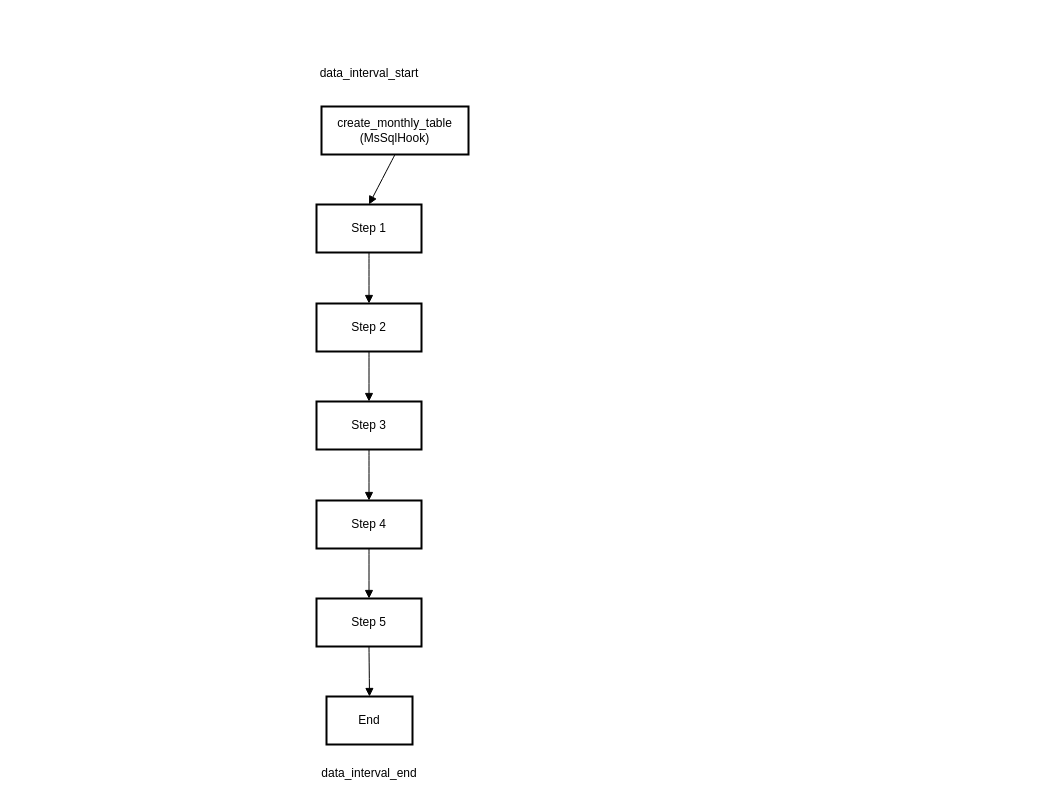
This is DAG.drawio from Max210903/apache_airflow, a draw.io file, before an edit. Source tidied: cells renumbered, new cells numbered last; positions are measured from the earlier drawing's top-left corner, leaving out a move shared by most shapes. Both pictures are drawn from the tidied source at 100%, with x=0, y=0 at pixel (316, 58).
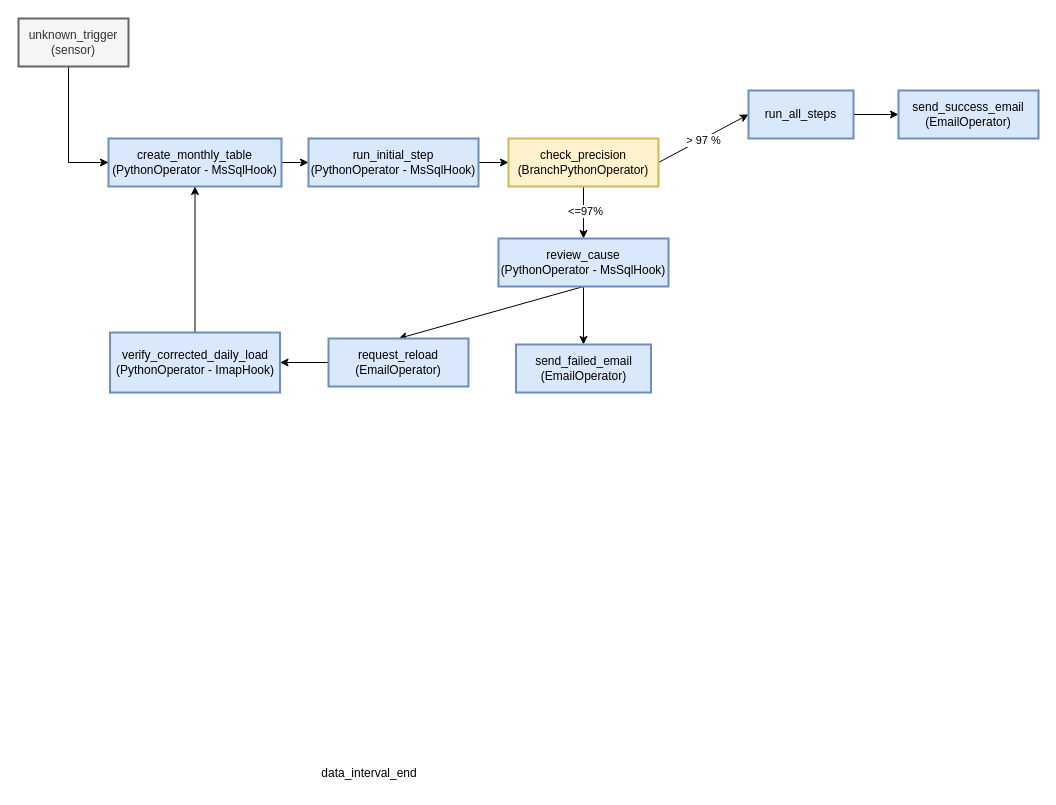
After the change.

Commit message:
DAG BRDRO Merchant Report.drawio

What changed in the source:
```diff
@@
+    <mxCell id="9" style="edgeStyle=orthogonalEdgeStyle;rounded=0;jettySize=auto;html=1;entryX=0;entryY=0.5;entryDx=0;entryDy=0;" parent="1" edge="1" source="2" target="3">
+      <mxGeometry relative="1" as="geometry" />
+    </mxCell>
-    <mxCell id="2" value="create_monthly_table&#10;(MsSqlHook)" style="whiteSpace=wrap;strokeWidth=2;fontStyle=0;" parent="1" vertex="1">
-      <mxGeometry x="5" y="48" width="147" height="48" as="geometry" />
+    <mxCell id="2" value="create_monthly_table&#10;(PythonOperator - MsSqlHook)" style="whiteSpace=wrap;strokeWidth=2;fontStyle=0;fillColor=#dae8fc;strokeColor=#6c8ebf;" parent="1" vertex="1">
+      <mxGeometry x="-208" y="80" width="173" height="48" as="geometry" />
     </mxCell>
+    <mxCell id="10" style="edgeStyle=orthogonalEdgeStyle;rounded=0;jettySize=auto;html=1;entryX=0;entryY=0.5;entryDx=0;entryDy=0;" parent="1" edge="1" source="3" target="4">
+      <mxGeometry relative="1" as="geometry" />
+    </mxCell>
-    <mxCell id="3" value="Step 1" style="whiteSpace=wrap;strokeWidth=2;" parent="1" vertex="1">
-      <mxGeometry y="146" width="105" height="48" as="geometry" />
+    <mxCell id="3" value="run_initial_step&#10;(PythonOperator - MsSqlHook)" style="whiteSpace=wrap;strokeWidth=2;fillColor=#dae8fc;strokeColor=#6c8ebf;" parent="1" vertex="1">
+      <mxGeometry x="-8" y="80" width="170" height="48" as="geometry" />
     </mxCell>
+    <mxCell id="11" style="rounded=0;jettySize=auto;html=1;entryX=0;entryY=0.5;entryDx=0;entryDy=0;exitX=1;exitY=0.5;exitDx=0;exitDy=0;" parent="1" edge="1" source="4" target="5">
+      <mxGeometry relative="1" as="geometry" />
+    </mxCell>
+    <mxCell id="17" value="&amp;gt; 97 %" style="edgeLabel;html=1;align=center;verticalAlign=middle;" parent="11" vertex="1">
+      <mxGeometry x="-0.02" y="-1" relative="1" as="geometry" />
+    </mxCell>
+    <mxCell id="18" style="rounded=0;jettySize=auto;html=1;exitX=0.5;exitY=1;exitDx=0;exitDy=0;entryX=0.5;entryY=0;entryDx=0;entryDy=0;" parent="1" edge="1" source="4" target="25">
+      <mxGeometry relative="1" as="geometry" />
+    </mxCell>
+    <mxCell id="19" value="&amp;lt;=97%" style="edgeLabel;html=1;align=center;verticalAlign=middle;" parent="18" vertex="1">
+      <mxGeometry x="-0.07" relative="1" as="geometry">
+        <mxPoint x="1" as="offset" />
+      </mxGeometry>
+    </mxCell>
-    <mxCell id="4" value="Step 2" style="whiteSpace=wrap;strokeWidth=2;" parent="1" vertex="1">
-      <mxGeometry y="245" width="105" height="48" as="geometry" />
+    <mxCell id="4" value="check_precision&#10;(BranchPythonOperator)" style="whiteSpace=wrap;strokeWidth=2;fillColor=#fff2cc;strokeColor=#d6b656;" parent="1" vertex="1">
+      <mxGeometry x="192" y="80" width="150" height="48" as="geometry" />
     </mxCell>
+    <mxCell id="20" style="edgeStyle=orthogonalEdgeStyle;rounded=0;jettySize=auto;html=1;" parent="1" edge="1" source="5" target="26">
+      <mxGeometry relative="1" as="geometry" />
+    </mxCell>
-    <mxCell id="5" value="Step 3" style="whiteSpace=wrap;strokeWidth=2;" parent="1" vertex="1">
-      <mxGeometry y="343" width="105" height="48" as="geometry" />
+    <mxCell id="5" value="run_all_steps" style="whiteSpace=wrap;strokeWidth=2;fillColor=#dae8fc;strokeColor=#6c8ebf;" parent="1" vertex="1">
+      <mxGeometry x="432" y="32" width="105" height="48" as="geometry" />
     </mxCell>
-    <mxCell id="6" value="Step 4" style="whiteSpace=wrap;strokeWidth=2;" parent="1" vertex="1">
-      <mxGeometry y="442" width="105" height="48" as="geometry" />
-    </mxCell>
-    <mxCell id="7" value="Step 5" style="whiteSpace=wrap;strokeWidth=2;" parent="1" vertex="1">
-      <mxGeometry y="540" width="105" height="48" as="geometry" />
-    </mxCell>
-    <mxCell id="8" value="End" style="whiteSpace=wrap;strokeWidth=2;" parent="1" vertex="1">
-      <mxGeometry x="10" y="638" width="86" height="48" as="geometry" />
-    </mxCell>
-    <mxCell id="9" style="curved=1;startArrow=none;endArrow=block;exitX=0.5;exitY=1.01;entryX=0.5;entryY=0.01;" parent="1" edge="1" source="2" target="3">
-      <mxGeometry relative="1" as="geometry" />
-    </mxCell>
-    <mxCell id="10" style="curved=1;startArrow=none;endArrow=block;exitX=0.5;exitY=1.02;entryX=0.5;entryY=0;" parent="1" edge="1" source="3" target="4">
-      <mxGeometry relative="1" as="geometry" />
-    </mxCell>
-    <mxCell id="11" style="curved=1;startArrow=none;endArrow=block;exitX=0.5;exitY=1;entryX=0.5;entryY=0;" parent="1" edge="1" source="4" target="5">
-      <mxGeometry relative="1" as="geometry" />
-    </mxCell>
-    <mxCell id="12" style="curved=1;startArrow=none;endArrow=block;exitX=0.5;exitY=1.01;entryX=0.5;entryY=-0.01;" parent="1" edge="1" source="5" target="6">
-      <mxGeometry relative="1" as="geometry" />
-    </mxCell>
-    <mxCell id="13" style="curved=1;startArrow=none;endArrow=block;exitX=0.5;exitY=1;entryX=0.5;entryY=0;" parent="1" edge="1" source="6" target="7">
-      <mxGeometry relative="1" as="geometry" />
-    </mxCell>
-    <mxCell id="14" style="curved=1;startArrow=none;endArrow=block;exitX=0.5;exitY=1.01;entryX=0.5;entryY=0.01;" parent="1" edge="1" source="7" target="8">
-      <mxGeometry relative="1" as="geometry" />
-    </mxCell>
-    <mxCell id="15" value="data_interval_start" style="text;html=1;align=center;verticalAlign=middle;whiteSpace=wrap;rounded=0;" parent="1" vertex="1">
-      <mxGeometry x="23" width="60" height="30" as="geometry" />
-    </mxCell>
@@
+    <mxCell id="21" style="edgeStyle=orthogonalEdgeStyle;rounded=0;jettySize=auto;html=1;" parent="1" edge="1" source="22" target="2">
+      <mxGeometry relative="1" as="geometry">
+        <Array as="points">
+          <mxPoint x="-248" y="104" />
+        </Array>
+      </mxGeometry>
+    </mxCell>
+    <mxCell id="22" value="unknown_trigger&#10;(sensor)" style="whiteSpace=wrap;strokeWidth=2;fillColor=#f5f5f5;fontColor=#333333;strokeColor=#666666;" parent="1" vertex="1">
+      <mxGeometry x="-298" y="-40" width="110" height="48" as="geometry" />
+    </mxCell>
+    <mxCell id="23" style="rounded=0;jettySize=auto;html=1;entryX=0.5;entryY=0;entryDx=0;entryDy=0;exitX=0.5;exitY=1;exitDx=0;exitDy=0;" parent="1" edge="1" source="25" target="27">
+      <mxGeometry relative="1" as="geometry" />
+    </mxCell>
+    <mxCell id="24" style="rounded=0;jettySize=auto;html=1;exitX=0.5;exitY=1;exitDx=0;exitDy=0;entryX=0.5;entryY=0;entryDx=0;entryDy=0;" parent="1" edge="1" source="25" target="29">
+      <mxGeometry relative="1" as="geometry" />
+    </mxCell>
+    <mxCell id="25" value="review_cause&#10;(PythonOperator - MsSqlHook)" style="whiteSpace=wrap;strokeWidth=2;fillColor=#dae8fc;strokeColor=#6c8ebf;" parent="1" vertex="1">
+      <mxGeometry x="182" y="180" width="170" height="48" as="geometry" />
+    </mxCell>
+    <mxCell id="26" value="send_success_email&#10;(EmailOperator)" style="whiteSpace=wrap;strokeWidth=2;fillColor=#dae8fc;strokeColor=#6c8ebf;" parent="1" vertex="1">
+      <mxGeometry x="582" y="32" width="140" height="48" as="geometry" />
+    </mxCell>
+    <mxCell id="27" value="send_failed_email&#10;(EmailOperator)" style="whiteSpace=wrap;strokeWidth=2;fillColor=#dae8fc;strokeColor=#6c8ebf;" parent="1" vertex="1">
+      <mxGeometry x="199.5" y="286" width="135" height="48" as="geometry" />
+    </mxCell>
+    <mxCell id="28" style="edgeStyle=orthogonalEdgeStyle;rounded=0;jettySize=auto;html=1;exitX=0;exitY=0.5;exitDx=0;exitDy=0;" parent="1" edge="1" source="29" target="31">
+      <mxGeometry relative="1" as="geometry" />
+    </mxCell>
+    <mxCell id="29" value="request_reload&#10;(EmailOperator)" style="whiteSpace=wrap;strokeWidth=2;fillColor=#dae8fc;strokeColor=#6c8ebf;" parent="1" vertex="1">
+      <mxGeometry x="12" y="280" width="140" height="48" as="geometry" />
+    </mxCell>
+    <mxCell id="30" style="edgeStyle=orthogonalEdgeStyle;rounded=0;jettySize=auto;html=1;" parent="1" edge="1" source="31" target="2">
+      <mxGeometry relative="1" as="geometry" />
+    </mxCell>
+    <mxCell id="31" value="&lt;div&gt;verify_corrected_daily_load&lt;/div&gt;(PythonOperator -&amp;nbsp;&lt;span style=&quot;background-color: initial;&quot;&gt;ImapHook)&lt;/span&gt;" style="whiteSpace=wrap;html=1;fillColor=#dae8fc;strokeColor=#6c8ebf;strokeWidth=2;" parent="1" vertex="1">
+      <mxGeometry x="-206.5" y="274" width="170" height="60" as="geometry" />
+    </mxCell>
```
